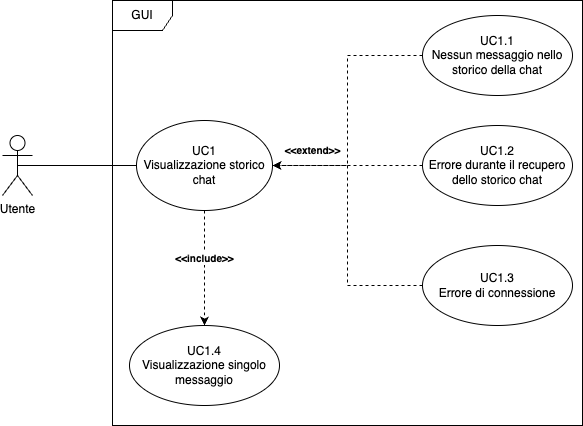
The draw.io diagram images/analisi-dei-requisiti/UCStoricoChat.png in SweeTenTeam/Docs, before a commit. Source tidied: cells renumbered, new cells last; positions are measured from the earlier drawing's top-left corner, leaving out a move shared by most shapes.
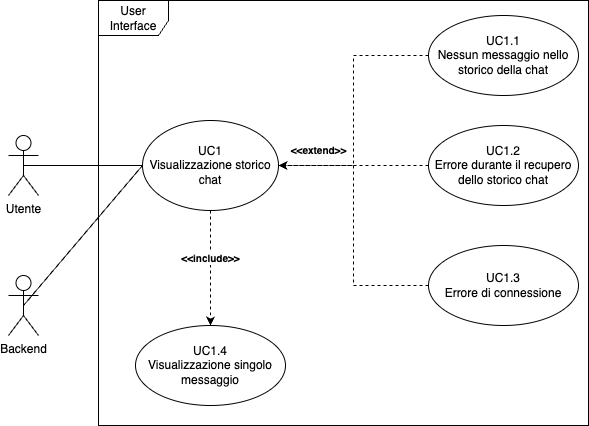
Later version of the same file.

Diff of the diagram source:
```diff
@@ -2,8 +2,8 @@
   <root>
     <mxCell id="0" />
     <mxCell id="1" parent="0" />
-    <mxCell id="2" value="GUI" style="shape=umlFrame;whiteSpace=wrap;html=1;" parent="1" vertex="1">
-      <mxGeometry x="110" width="470" height="425" as="geometry" />
+    <mxCell id="2" value="User Interface" style="shape=umlFrame;whiteSpace=wrap;html=1;width=70;height=35;" parent="1" vertex="1">
+      <mxGeometry x="90" width="490" height="425" as="geometry" />
     </mxCell>
     <mxCell id="3" value="Utente" style="shape=umlActor;verticalLabelPosition=bottom;verticalAlign=top;html=1;" parent="1" vertex="1">
       <mxGeometry y="135" width="30" height="60" as="geometry" />
@@ -44,5 +44,11 @@
     <mxCell id="15" value="&lt;span style=&quot;text-wrap-mode: nowrap;&quot;&gt;UC1.4&lt;/span&gt;&lt;div&gt;Visualizzazione singolo messaggio&lt;/div&gt;" style="ellipse;whiteSpace=wrap;html=1;" parent="1" vertex="1">
       <mxGeometry x="127" y="325" width="150" height="80" as="geometry" />
     </mxCell>
+    <mxCell id="16" value="Backend" style="shape=umlActor;verticalLabelPosition=bottom;verticalAlign=top;html=1;" parent="1" vertex="1">
+      <mxGeometry y="275" width="30" height="60" as="geometry" />
+    </mxCell>
+    <mxCell id="17" style="endArrow=none;html=1;rounded=0;exitX=0.5;exitY=0.5;exitDx=0;exitDy=0;exitPerimeter=0;entryX=0;entryY=0.5;entryDx=0;entryDy=0;" parent="1" edge="1" source="16" target="6">
+      <mxGeometry relative="1" as="geometry" />
+    </mxCell>
   </root>
 </mxGraphModel>
```
